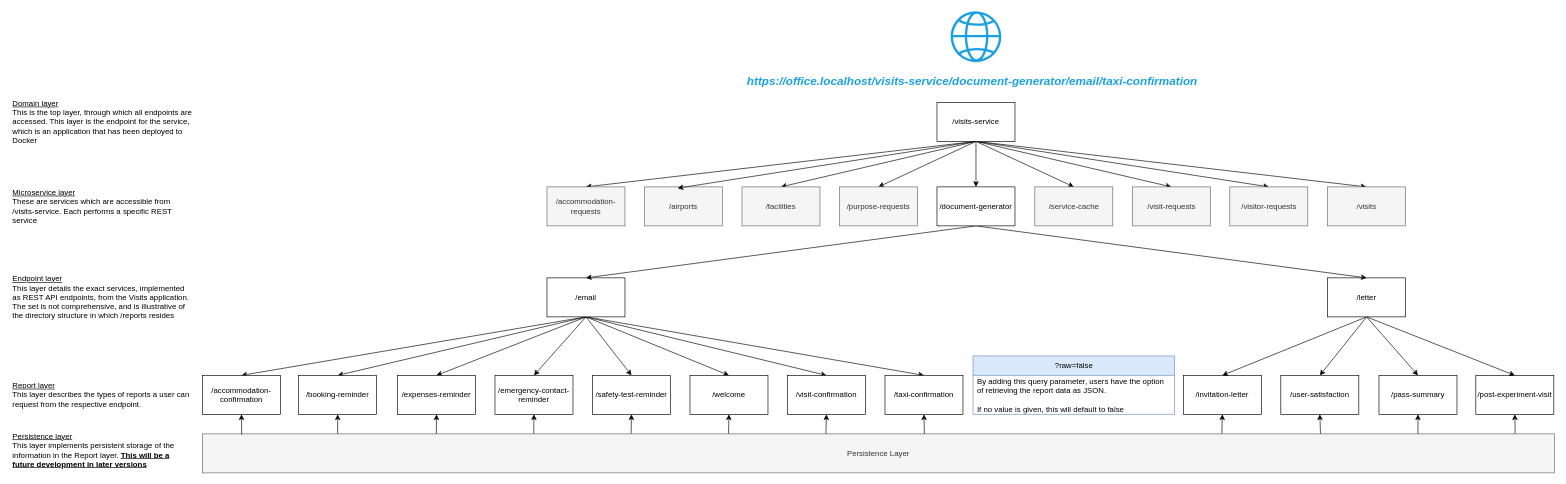
Before: Service URL hierarchy.drawio in ambolt314/FinalProjectDesign, a draw.io diagram. Source tidied: cells renumbered, new cells numbered last; positions are measured from the earlier drawing's top-left corner, leaving out a move shared by most shapes. Both pictures are drawn from the tidied source at 65%, with x=0, y=0 at pixel (11, 11).
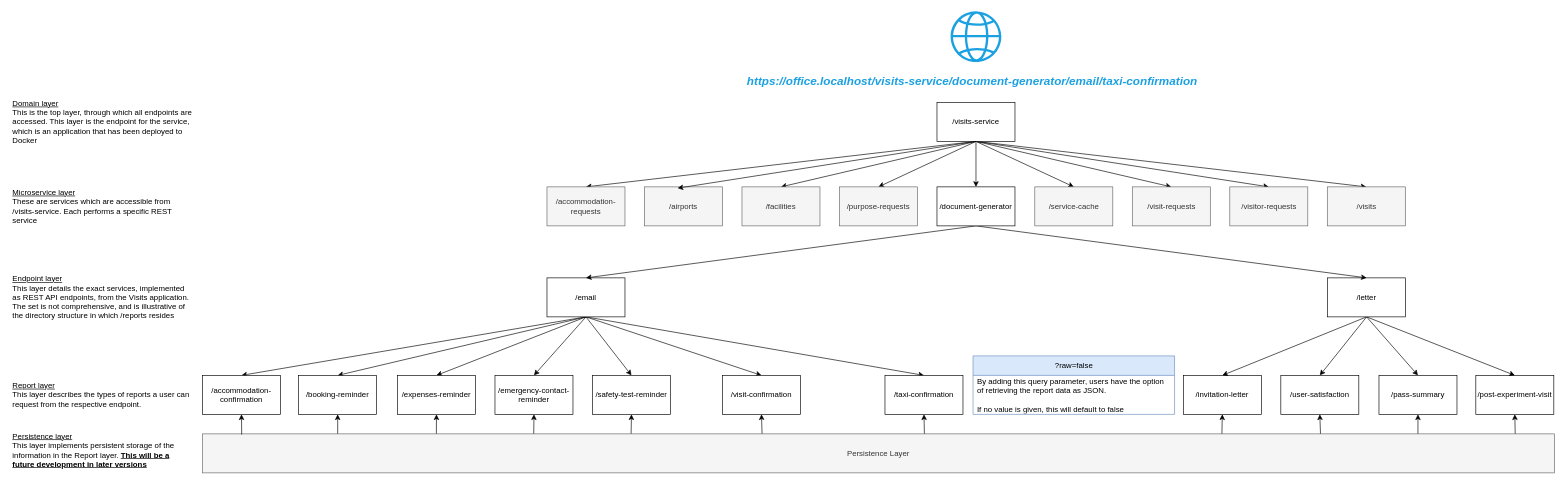
The same diagram, later.

Unchanged cells that the change refers to:
```xml
<mxCell id="20" value="/email" style="rounded=0;whiteSpace=wrap;html=1;" parent="1" vertex="1">
  <mxGeometry x="824" y="410" width="120" height="60" as="geometry" />
</mxCell>
<mxCell id="69" value="Persistence Layer" style="rounded=0;whiteSpace=wrap;html=1;fillColor=#f5f5f5;fontColor=#333333;strokeColor=#666666;" parent="1" vertex="1">
  <mxGeometry x="294" y="650" width="2080" height="60" as="geometry" />
</mxCell>
```

What changed in the source:
```diff
@@
-    <mxCell id="17" style="edgeStyle=none;rounded=0;jettySize=auto;html=1;entryX=0.5;entryY=0;entryDx=0;entryDy=0;exitX=0.5;exitY=1;exitDx=0;exitDy=0;" parent="1" edge="1" source="20" target="43">
-      <mxGeometry relative="1" as="geometry" />
-    </mxCell>
@@
     <mxCell id="21" value="/visit-confirmation" style="rounded=0;whiteSpace=wrap;html=1;" parent="1" vertex="1">
-      <mxGeometry x="1194" y="560" width="120" height="60" as="geometry" />
+      <mxGeometry x="1094" y="560" width="120" height="60" as="geometry" />
     </mxCell>
@@
-    <mxCell id="43" value="/welcome" style="rounded=0;whiteSpace=wrap;html=1;" parent="1" vertex="1">
-      <mxGeometry x="1044" y="560" width="120" height="60" as="geometry" />
-    </mxCell>
@@
-    <mxCell id="62" style="edgeStyle=none;rounded=0;jettySize=auto;html=1;entryX=0.5;entryY=1;entryDx=0;entryDy=0;exitX=0.389;exitY=0.094;exitDx=0;exitDy=0;exitPerimeter=0;" parent="1" edge="1" source="69" target="43">
-      <mxGeometry relative="1" as="geometry" />
-    </mxCell>
-    <mxCell id="63" style="edgeStyle=none;rounded=0;jettySize=auto;html=1;entryX=0.5;entryY=1;entryDx=0;entryDy=0;exitX=0.461;exitY=0.08;exitDx=0;exitDy=0;exitPerimeter=0;" parent="1" edge="1" source="69" target="21">
+    <mxCell id="63" style="edgeStyle=none;rounded=0;jettySize=auto;html=1;entryX=0.5;entryY=1;entryDx=0;entryDy=0;exitX=0.414;exitY=0.117;exitDx=0;exitDy=0;exitPerimeter=0;" parent="1" edge="1" source="69" target="21">
       <mxGeometry relative="1" as="geometry" />
     </mxCell>
```
